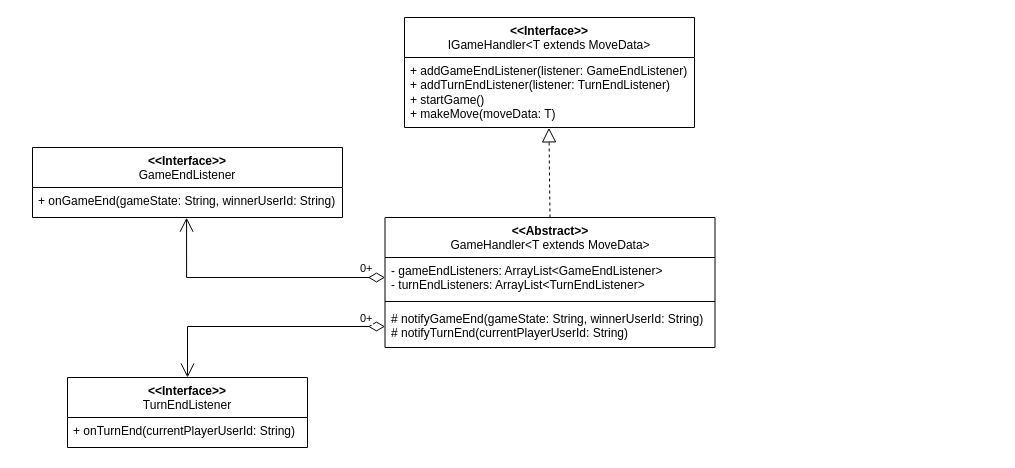
m-yoon02/Condensation keeps this draw.io diagram as Iteration_1/Backend/StructureDiagrams/GameHandler_StructureDiagram.drawio. Above is the earlier version. Source tidied: cells renumbered, new cells numbered last; positions are measured from the earlier drawing's top-left corner, leaving out a move shared by most shapes. Both pictures are drawn from the tidied source at 100%, with x=0, y=0 at pixel (32, 17).
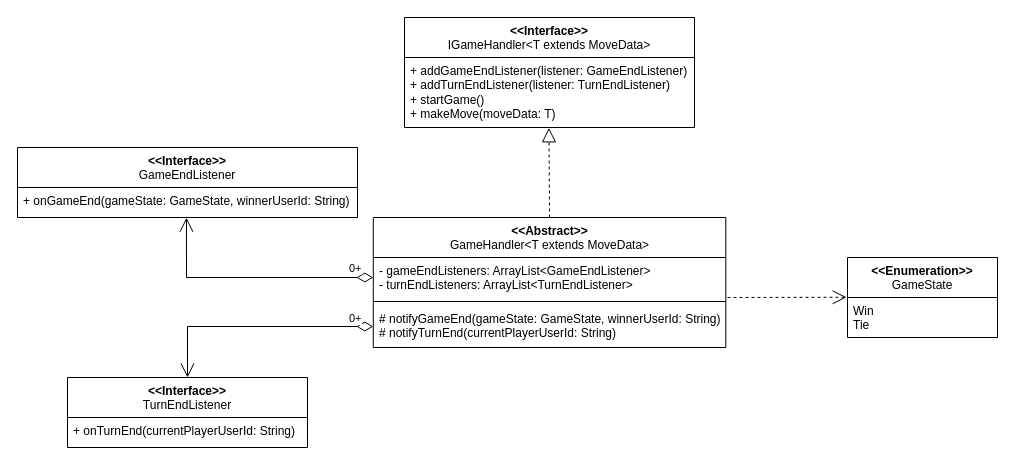
After the change.

Commit message:
GameHandler structure done for now

Diff of the diagram source:
```diff
@@
 <mxGraphModel>
   <root>
     <mxCell id="0" />
     <mxCell id="1" parent="0" />
     <mxCell id="2" value="&lt;div&gt;&amp;lt;&amp;lt;Interface&amp;gt;&amp;gt;&lt;/div&gt;&lt;div&gt;&lt;span style=&quot;font-weight: normal;&quot;&gt;IGameHandler&amp;lt;T extends MoveData&amp;gt;&lt;/span&gt;&lt;br&gt;&lt;/div&gt;" style="swimlane;fontStyle=1;align=center;verticalAlign=top;horizontal=1;startSize=40;whiteSpace=wrap;html=1;" parent="1" vertex="1">
       <mxGeometry x="372" width="290" height="110" as="geometry" />
     </mxCell>
     <mxCell id="3" value="&lt;div&gt;+ addGameEndListener(listener: GameEndListener)&lt;/div&gt;&lt;div&gt;+ addTurnEndListener(listener: TurnEndListener)&lt;br&gt;&lt;/div&gt;&lt;div&gt;+ startGame()&lt;/div&gt;&lt;div&gt;+ makeMove(moveData: T)&lt;br&gt;&lt;/div&gt;" style="text;strokeColor=none;fillColor=none;align=left;verticalAlign=top;spacingLeft=4;spacingRight=4;overflow=hidden;points=[[0,0.5],[1,0.5]];portConstraint=eastwest;whiteSpace=wrap;html=1;" parent="2" vertex="1">
       <mxGeometry y="40" width="290" height="70" as="geometry" />
     </mxCell>
     <mxCell id="4" value="&lt;div&gt;&amp;lt;&amp;lt;Abstract&amp;gt;&amp;gt;&lt;/div&gt;&lt;div&gt;&lt;span style=&quot;font-weight: normal;&quot;&gt;GameHandler&amp;lt;T extends MoveData&amp;gt;&lt;/span&gt;&lt;br&gt;&lt;/div&gt;" style="swimlane;fontStyle=1;align=center;verticalAlign=top;horizontal=1;startSize=40;whiteSpace=wrap;html=1;" parent="1" vertex="1">
-      <mxGeometry x="352.5" y="200" width="330" height="130" as="geometry" />
+      <mxGeometry x="340.8" y="200" width="352.5" height="130" as="geometry" />
     </mxCell>
     <mxCell id="5" value="&lt;div&gt;- gameEndListeners: ArrayList&amp;lt;GameEndListener&amp;gt;&lt;/div&gt;&lt;div&gt;- turnEndListeners: ArrayList&amp;lt;TurnEndListener&amp;gt;&lt;/div&gt;" style="text;strokeColor=none;fillColor=none;align=left;verticalAlign=top;spacingLeft=4;spacingRight=4;overflow=hidden;points=[[0,0.5],[1,0.5]];portConstraint=eastwest;whiteSpace=wrap;html=1;" parent="4" vertex="1">
-      <mxGeometry y="40" width="330" height="40" as="geometry" />
+      <mxGeometry y="40" width="352.5" height="40" as="geometry" />
     </mxCell>
     <mxCell id="6" style="line;strokeWidth=1;fillColor=none;align=left;verticalAlign=middle;spacingTop=-1;spacingLeft=3;spacingRight=3;labelPosition=right;strokeColor=inherit;" parent="4" vertex="1">
-      <mxGeometry y="80" width="330" height="8" as="geometry" />
+      <mxGeometry y="80" width="352.5" height="8" as="geometry" />
     </mxCell>
-    <mxCell id="7" value="&lt;div&gt;# notifyGameEnd(gameState: String, winnerUserId: String)&lt;/div&gt;&lt;div&gt;# notifyTurnEnd(currentPlayerUserId: String)&lt;br&gt;&lt;/div&gt;" style="text;strokeColor=none;fillColor=none;align=left;verticalAlign=top;spacingLeft=4;spacingRight=4;overflow=hidden;points=[[0,0.5],[1,0.5]];portConstraint=eastwest;whiteSpace=wrap;html=1;" parent="4" vertex="1">
-      <mxGeometry y="88" width="330" height="42" as="geometry" />
+    <mxCell id="7" value="&lt;div&gt;# notifyGameEnd(gameState: GameState, winnerUserId: String)&lt;/div&gt;&lt;div&gt;# notifyTurnEnd(currentPlayerUserId: String)&lt;br&gt;&lt;/div&gt;" style="text;strokeColor=none;fillColor=none;align=left;verticalAlign=top;spacingLeft=4;spacingRight=4;overflow=hidden;points=[[0,0.5],[1,0.5]];portConstraint=eastwest;whiteSpace=wrap;html=1;" parent="4" vertex="1">
+      <mxGeometry y="88" width="352.5" height="42" as="geometry" />
     </mxCell>
     <mxCell id="8" style="endArrow=block;dashed=1;endFill=0;endSize=12;html=1;rounded=0;exitX=0.5;exitY=0;exitDx=0;exitDy=0;entryX=0.498;entryY=1.005;entryDx=0;entryDy=0;entryPerimeter=0;" parent="1" edge="1" source="4" target="3">
       <mxGeometry relative="1" as="geometry" />
     </mxCell>
     <mxCell id="9" value="&lt;div&gt;&amp;lt;&amp;lt;Interface&amp;gt;&amp;gt;&lt;/div&gt;&lt;div&gt;&lt;span style=&quot;font-weight: normal;&quot;&gt;GameEndListener&lt;/span&gt;&lt;br&gt;&lt;/div&gt;" style="swimlane;fontStyle=1;align=center;verticalAlign=top;horizontal=1;startSize=40;whiteSpace=wrap;html=1;" parent="1" vertex="1">
-      <mxGeometry y="130" width="310" height="70" as="geometry" />
+      <mxGeometry x="-15" y="130" width="340" height="70" as="geometry" />
     </mxCell>
-    <mxCell id="10" value="&lt;div&gt;+ onGameEnd(gameState: String, winnerUserId: String)&lt;br&gt;&lt;/div&gt;" style="text;strokeColor=none;fillColor=none;align=left;verticalAlign=top;spacingLeft=4;spacingRight=4;overflow=hidden;points=[[0,0.5],[1,0.5]];portConstraint=eastwest;whiteSpace=wrap;html=1;" parent="9" vertex="1">
-      <mxGeometry y="40" width="310" height="30" as="geometry" />
+    <mxCell id="10" value="&lt;div&gt;+ onGameEnd(gameState: GameState, winnerUserId: String)&lt;br&gt;&lt;/div&gt;" style="text;strokeColor=none;fillColor=none;align=left;verticalAlign=top;spacingLeft=4;spacingRight=4;overflow=hidden;points=[[0,0.5],[1,0.5]];portConstraint=eastwest;whiteSpace=wrap;html=1;" parent="9" vertex="1">
+      <mxGeometry y="40" width="340" height="30" as="geometry" />
     </mxCell>
     <mxCell id="11" value="&lt;div&gt;&amp;lt;&amp;lt;Interface&amp;gt;&amp;gt;&lt;/div&gt;&lt;div&gt;&lt;span style=&quot;font-weight: normal;&quot;&gt;TurnEndListener&lt;/span&gt;&lt;br&gt;&lt;/div&gt;" style="swimlane;fontStyle=1;align=center;verticalAlign=top;horizontal=1;startSize=40;whiteSpace=wrap;html=1;" parent="1" vertex="1">
       <mxGeometry x="35" y="360" width="240" height="70" as="geometry" />
     </mxCell>
     <mxCell id="12" value="&lt;div&gt;+ onTurnEnd(currentPlayerUserId: String)&lt;br&gt;&lt;/div&gt;" style="text;strokeColor=none;fillColor=none;align=left;verticalAlign=top;spacingLeft=4;spacingRight=4;overflow=hidden;whiteSpace=wrap;html=1;" parent="11" vertex="1">
       <mxGeometry y="40" width="240" height="30" as="geometry" />
     </mxCell>
     <mxCell id="13" value="0+" style="endArrow=open;html=1;endSize=12;startArrow=diamondThin;startSize=14;startFill=0;edgeStyle=orthogonalEdgeStyle;align=left;verticalAlign=bottom;rounded=0;exitX=0;exitY=0.5;exitDx=0;exitDy=0;entryX=0.497;entryY=1.007;entryDx=0;entryDy=0;entryPerimeter=0;" parent="1" edge="1" source="5" target="10">
       <mxGeometry x="-0.79" relative="1" as="geometry" />
     </mxCell>
     <mxCell id="14" value="0+" style="endArrow=open;html=1;endSize=12;startArrow=diamondThin;startSize=14;startFill=0;edgeStyle=orthogonalEdgeStyle;align=left;verticalAlign=bottom;rounded=0;exitX=0;exitY=0.5;exitDx=0;exitDy=0;entryX=0.5;entryY=0;entryDx=0;entryDy=0;" parent="1" edge="1" source="7" target="11">
       <mxGeometry x="-0.78" y="1" relative="1" as="geometry" />
     </mxCell>
+    <mxCell id="15" value="&lt;div&gt;&amp;lt;&amp;lt;Enumeration&amp;gt;&amp;gt;&lt;/div&gt;&lt;div&gt;&lt;span style=&quot;font-weight: normal;&quot;&gt;GameState&lt;/span&gt;&lt;br&gt;&lt;/div&gt;" style="swimlane;fontStyle=1;align=center;verticalAlign=top;horizontal=1;startSize=40;whiteSpace=wrap;html=1;" parent="1" vertex="1">
+      <mxGeometry x="815" y="240" width="150" height="80" as="geometry" />
+    </mxCell>
+    <mxCell id="16" value="&lt;div&gt;Win&lt;/div&gt;&lt;div&gt;Tie&lt;br&gt;&lt;/div&gt;" style="text;strokeColor=none;fillColor=none;align=left;verticalAlign=top;spacingLeft=4;spacingRight=4;overflow=hidden;points=[[0,0.5],[1,0.5]];portConstraint=eastwest;whiteSpace=wrap;html=1;" parent="15" vertex="1">
+      <mxGeometry y="40" width="150" height="40" as="geometry" />
+    </mxCell>
+    <mxCell id="17" style="endArrow=open;endSize=12;dashed=1;html=1;rounded=0;entryX=-0.006;entryY=-0.006;entryDx=0;entryDy=0;entryPerimeter=0;" parent="1" edge="1" target="16">
+      <mxGeometry relative="1" as="geometry">
+        <mxPoint x="695" y="280" as="sourcePoint" />
+      </mxGeometry>
+    </mxCell>
   </root>
 </mxGraphModel>
```
